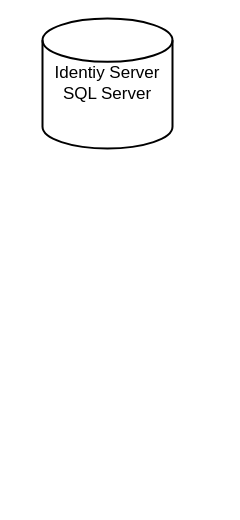
Above: Başlıksız Diyagram.drawio in gvardal/drawio (draw.io), before the change. Source tidied: cells renumbered, new cells numbered last; positions are measured from the earlier drawing's top-left corner, leaving out a move shared by most shapes. Both pictures are drawn from the tidied source at 100%, with x=0, y=0 at pixel (42, 18).
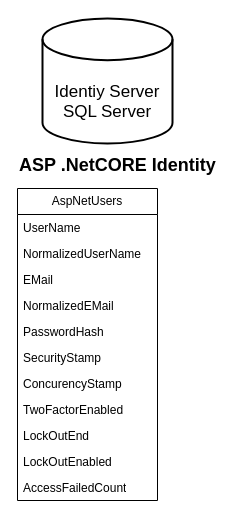
The same diagram, later.

Commit message:
Create AspNetUsers Class

What changed in the source:
```diff
@@
 <mxGraphModel>
   <root>
     <mxCell id="0" />
     <mxCell id="1" parent="0" />
-    <mxCell id="2" value="Identiy Server&lt;div&gt;SQL Server&lt;/div&gt;" style="strokeWidth=2;html=1;shape=mxgraph.flowchart.database;whiteSpace=wrap;fontSize=17;horizontal=1;align=center;labelPosition=center;verticalLabelPosition=middle;verticalAlign=middle;" parent="1" vertex="1">
-      <mxGeometry width="130" height="130" as="geometry" />
+    <mxCell id="2" value="&lt;div&gt;&lt;br&gt;&lt;/div&gt;&lt;div&gt;&lt;br&gt;&lt;/div&gt;Identiy Server&lt;div&gt;SQL Server&lt;/div&gt;" style="strokeWidth=2;html=1;shape=mxgraph.flowchart.database;whiteSpace=wrap;fontSize=17;horizontal=1;align=center;labelPosition=center;verticalLabelPosition=middle;verticalAlign=middle;movableLabel=1;" parent="1" vertex="1">
+      <mxGeometry width="130" height="125" as="geometry" />
     </mxCell>
+    <mxCell id="3" value="&lt;h1 style=&quot;margin-top: 0px;&quot;&gt;ASP .NetCORE Identity&lt;/h1&gt;&lt;p&gt;&lt;br&gt;&lt;/p&gt;" style="text;html=1;whiteSpace=wrap;overflow=hidden;rounded=0;fontSize=9;" parent="1" vertex="1">
+      <mxGeometry x="-25" y="130" width="205" height="30" as="geometry" />
+    </mxCell>
+    <mxCell id="4" value="AspNetUsers" style="swimlane;fontStyle=0;horizontal=1;startSize=26;fillColor=none;whiteSpace=wrap;html=1;comic=0;" parent="1" vertex="1">
+      <mxGeometry x="-25" y="170" width="140" height="312" as="geometry" />
+    </mxCell>
+    <mxCell id="5" value="UserName" style="text;strokeColor=none;fillColor=none;align=left;verticalAlign=top;spacingLeft=4;spacingRight=4;overflow=hidden;whiteSpace=wrap;html=1;" parent="4" vertex="1">
+      <mxGeometry y="26" width="140" height="26" as="geometry" />
+    </mxCell>
+    <mxCell id="6" value="NormalizedUserName" style="text;strokeColor=none;fillColor=none;align=left;verticalAlign=top;spacingLeft=4;spacingRight=4;overflow=hidden;whiteSpace=wrap;html=1;" parent="4" vertex="1">
+      <mxGeometry y="52" width="140" height="26" as="geometry" />
+    </mxCell>
+    <mxCell id="7" value="EMail" style="text;strokeColor=none;fillColor=none;align=left;verticalAlign=top;spacingLeft=4;spacingRight=4;overflow=hidden;whiteSpace=wrap;html=1;" parent="4" vertex="1">
+      <mxGeometry y="78" width="140" height="26" as="geometry" />
+    </mxCell>
+    <mxCell id="8" value="NormalizedEMail" style="text;strokeColor=none;fillColor=none;align=left;verticalAlign=top;spacingLeft=4;spacingRight=4;overflow=hidden;whiteSpace=wrap;html=1;" parent="4" vertex="1">
+      <mxGeometry y="104" width="140" height="26" as="geometry" />
+    </mxCell>
+    <mxCell id="9" value="PasswordHash" style="text;strokeColor=none;fillColor=none;align=left;verticalAlign=top;spacingLeft=4;spacingRight=4;overflow=hidden;whiteSpace=wrap;html=1;" parent="4" vertex="1">
+      <mxGeometry y="130" width="140" height="26" as="geometry" />
+    </mxCell>
+    <mxCell id="10" value="SecurityStamp" style="text;strokeColor=none;fillColor=none;align=left;verticalAlign=top;spacingLeft=4;spacingRight=4;overflow=hidden;whiteSpace=wrap;html=1;" parent="4" vertex="1">
+      <mxGeometry y="156" width="140" height="26" as="geometry" />
+    </mxCell>
+    <mxCell id="11" value="ConcurencyStamp" style="text;strokeColor=none;fillColor=none;align=left;verticalAlign=top;spacingLeft=4;spacingRight=4;overflow=hidden;whiteSpace=wrap;html=1;" parent="4" vertex="1">
+      <mxGeometry y="182" width="140" height="26" as="geometry" />
+    </mxCell>
+    <mxCell id="12" value="TwoFactorEnabled" style="text;strokeColor=none;fillColor=none;align=left;verticalAlign=top;spacingLeft=4;spacingRight=4;overflow=hidden;whiteSpace=wrap;html=1;" parent="4" vertex="1">
+      <mxGeometry y="208" width="140" height="26" as="geometry" />
+    </mxCell>
+    <mxCell id="13" value="LockOutEnd" style="text;strokeColor=none;fillColor=none;align=left;verticalAlign=top;spacingLeft=4;spacingRight=4;overflow=hidden;whiteSpace=wrap;html=1;" parent="4" vertex="1">
+      <mxGeometry y="234" width="140" height="26" as="geometry" />
+    </mxCell>
+    <mxCell id="14" value="LockOutEnabled" style="text;strokeColor=none;fillColor=none;align=left;verticalAlign=top;spacingLeft=4;spacingRight=4;overflow=hidden;whiteSpace=wrap;html=1;" parent="4" vertex="1">
+      <mxGeometry y="260" width="140" height="26" as="geometry" />
+    </mxCell>
+    <mxCell id="15" value="AccessFailedCount" style="text;strokeColor=none;fillColor=none;align=left;verticalAlign=top;spacingLeft=4;spacingRight=4;overflow=hidden;whiteSpace=wrap;html=1;" parent="4" vertex="1">
+      <mxGeometry y="286" width="140" height="26" as="geometry" />
+    </mxCell>
   </root>
 </mxGraphModel>
```
